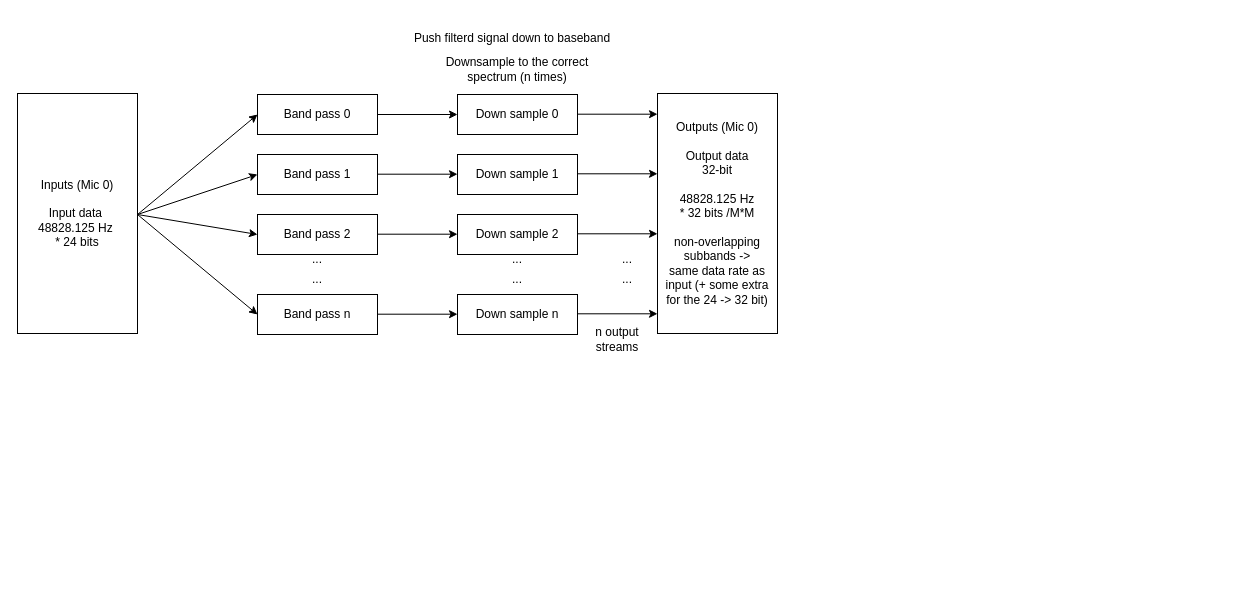
Earlier version of the draw.io diagram doc/diagrams_exjobb/banpass_channelizer.dio (acoustic-warfare/FPGA-sampling). Source tidied: cells renumbered, new cells numbered last; positions are measured from the earlier drawing's top-left corner, leaving out a move shared by most shapes. Both pictures are drawn from the tidied source at 100%, with x=0, y=0 at pixel (17, 23).
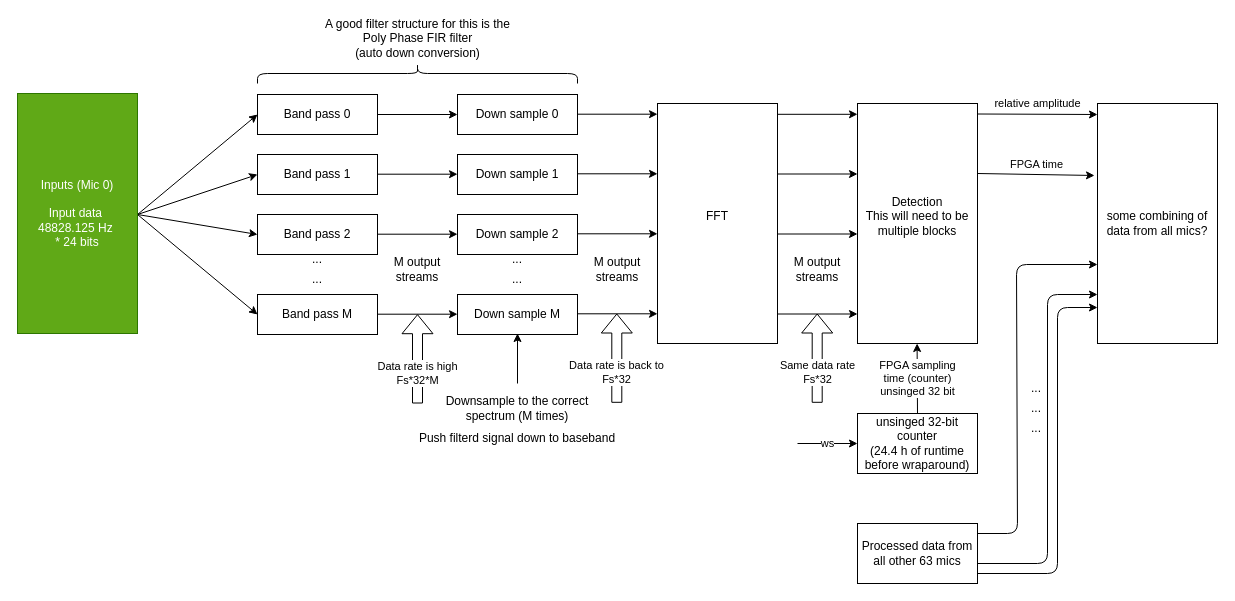
The same diagram, later.

The change refers to these unchanged cells:
```xml
<mxCell id="15" style="endArrow=classic;html=1;" parent="1" edge="1">
  <mxGeometry relative="1" as="geometry">
    <mxPoint x="360" y="290.7" as="sourcePoint" />
    <mxPoint x="440" y="290.7" as="targetPoint" />
  </mxGeometry>
</mxCell>
```

What changed in the source:
```diff
@@
+    <mxCell id="33" value="some combining of data from all mics?" style="rounded=0;whiteSpace=wrap;html=1;" parent="1" vertex="1">
+      <mxGeometry x="1080" y="80" width="120" height="240" as="geometry" />
+    </mxCell>
@@
-    <mxCell id="8" value="Band pass n" style="rounded=0;whiteSpace=wrap;html=1;" parent="1" vertex="1">
+    <mxCell id="8" value="Band pass M" style="rounded=0;whiteSpace=wrap;html=1;" parent="1" vertex="1">
       <mxGeometry x="240" y="271" width="120" height="40" as="geometry" />
     </mxCell>
@@
-    <mxCell id="20" value="..." style="text;html=1;strokeColor=none;fillColor=none;align=center;verticalAlign=middle;whiteSpace=wrap;rounded=0;" parent="1" vertex="1">
-      <mxGeometry x="580" y="221" width="60" height="30" as="geometry" />
-    </mxCell>
-    <mxCell id="21" value="..." style="text;html=1;strokeColor=none;fillColor=none;align=center;verticalAlign=middle;whiteSpace=wrap;rounded=0;" parent="1" vertex="1">
-      <mxGeometry x="580" y="241" width="60" height="30" as="geometry" />
-    </mxCell>
@@
-    <mxCell id="25" value="Down sample n" style="rounded=0;whiteSpace=wrap;html=1;" parent="1" vertex="1">
+    <mxCell id="25" value="Down sample M" style="rounded=0;whiteSpace=wrap;html=1;" parent="1" vertex="1">
       <mxGeometry x="440" y="271" width="120" height="40" as="geometry" />
     </mxCell>
@@
-    <mxCell id="28" value="n output streams" style="text;html=1;strokeColor=none;fillColor=none;align=center;verticalAlign=middle;whiteSpace=wrap;rounded=0;" parent="1" vertex="1">
-      <mxGeometry x="560" y="301" width="80" height="30" as="geometry" />
+    <mxCell id="28" value="M output streams" style="text;html=1;strokeColor=none;fillColor=none;align=center;verticalAlign=middle;whiteSpace=wrap;rounded=0;" parent="1" vertex="1">
+      <mxGeometry x="560" y="231" width="80" height="30" as="geometry" />
     </mxCell>
-    <mxCell id="29" value="Outputs (Mic 0)&lt;br&gt;&lt;br&gt;Output data&lt;br&gt;32-bit&lt;br&gt;&lt;br&gt;&lt;span style=&quot;&quot;&gt;48828.125 Hz&lt;br&gt;* 32 bits /M*M&lt;br&gt;&lt;br&gt;non-overlapping&lt;/span&gt; subbands -&amp;gt;&lt;br&gt;same data rate as input (+ some extra for the 24 -&amp;gt; 32 bit)" style="rounded=0;whiteSpace=wrap;html=1;" parent="1" vertex="1">
-      <mxGeometry x="640" y="70" width="120" height="240" as="geometry" />
-    </mxCell>
-    <mxCell id="30" value="Inputs (Mic 0)&lt;br&gt;&lt;br&gt;&lt;span style=&quot;&quot;&gt;Input data&amp;nbsp;&lt;/span&gt;&lt;br style=&quot;&quot;&gt;&lt;span style=&quot;&quot;&gt;48828.125 Hz&amp;nbsp;&lt;br&gt;&lt;/span&gt;&lt;span style=&quot;&quot;&gt;* 24 bits&lt;/span&gt;" style="rounded=0;whiteSpace=wrap;html=1;" parent="1" vertex="1">
+    <mxCell id="30" value="Inputs (Mic 0)&lt;br&gt;&lt;br&gt;&lt;span style=&quot;&quot;&gt;Input data&amp;nbsp;&lt;/span&gt;&lt;br style=&quot;&quot;&gt;&lt;span style=&quot;&quot;&gt;48828.125 Hz&amp;nbsp;&lt;br&gt;&lt;/span&gt;&lt;span style=&quot;&quot;&gt;* 24 bits&lt;/span&gt;" style="rounded=0;whiteSpace=wrap;html=1;fillColor=#60a917;fontColor=#ffffff;strokeColor=#2D7600;" parent="1" vertex="1">
       <mxGeometry y="70" width="120" height="240" as="geometry" />
     </mxCell>
-    <mxCell id="31" value="Downsample to the correct spectrum (n times)" style="text;html=1;strokeColor=none;fillColor=none;align=center;verticalAlign=middle;whiteSpace=wrap;rounded=0;" parent="1" vertex="1">
-      <mxGeometry x="425" y="31" width="150" height="30" as="geometry" />
+    <mxCell id="31" value="Downsample to the correct spectrum (M times)" style="text;html=1;strokeColor=none;fillColor=none;align=center;verticalAlign=middle;whiteSpace=wrap;rounded=0;" parent="1" vertex="1">
+      <mxGeometry x="425" y="370" width="150" height="30" as="geometry" />
     </mxCell>
     <mxCell id="32" value="Push filterd signal down to baseband" style="text;html=1;strokeColor=none;fillColor=none;align=center;verticalAlign=middle;whiteSpace=wrap;rounded=0;" parent="1" vertex="1">
-      <mxGeometry x="390" width="210" height="30" as="geometry" />
+      <mxGeometry x="395" y="400" width="210" height="30" as="geometry" />
     </mxCell>
+    <mxCell id="34" style="endArrow=classic;html=1;" parent="1" edge="1">
+      <mxGeometry relative="1" as="geometry">
+        <mxPoint x="760" y="90.8" as="sourcePoint" />
+        <mxPoint x="840" y="90.8" as="targetPoint" />
+      </mxGeometry>
+    </mxCell>
+    <mxCell id="35" style="endArrow=classic;html=1;" parent="1" edge="1">
+      <mxGeometry relative="1" as="geometry">
+        <mxPoint x="760" y="150.5" as="sourcePoint" />
+        <mxPoint x="840" y="150.5" as="targetPoint" />
+      </mxGeometry>
+    </mxCell>
+    <mxCell id="36" style="endArrow=classic;html=1;" parent="1" edge="1">
+      <mxGeometry relative="1" as="geometry">
+        <mxPoint x="760" y="210.5" as="sourcePoint" />
+        <mxPoint x="840" y="210.5" as="targetPoint" />
+      </mxGeometry>
+    </mxCell>
+    <mxCell id="37" style="endArrow=classic;html=1;" parent="1" edge="1">
+      <mxGeometry relative="1" as="geometry">
+        <mxPoint x="760" y="290.5" as="sourcePoint" />
+        <mxPoint x="840" y="290.5" as="targetPoint" />
+      </mxGeometry>
+    </mxCell>
+    <mxCell id="38" value="M output streams" style="text;html=1;strokeColor=none;fillColor=none;align=center;verticalAlign=middle;whiteSpace=wrap;rounded=0;" parent="1" vertex="1">
+      <mxGeometry x="760" y="231" width="80" height="30" as="geometry" />
+    </mxCell>
+    <mxCell id="39" value="FFT&lt;br&gt;&lt;br&gt;" style="rounded=0;whiteSpace=wrap;html=1;" parent="1" vertex="1">
+      <mxGeometry x="640" y="80" width="120" height="240" as="geometry" />
+    </mxCell>
+    <mxCell id="40" value="Data rate is high&lt;br&gt;Fs*32*M" style="shape=flexArrow;endArrow=classic;html=1;" parent="1" edge="1" target="15">
+      <mxGeometry x="-0.33" relative="1" as="geometry">
+        <mxPoint x="400" y="380" as="sourcePoint" />
+      </mxGeometry>
+    </mxCell>
+    <mxCell id="41" value="M output streams" style="text;html=1;strokeColor=none;fillColor=none;align=center;verticalAlign=middle;whiteSpace=wrap;rounded=0;" parent="1" vertex="1">
+      <mxGeometry x="360" y="231" width="80" height="30" as="geometry" />
+    </mxCell>
+    <mxCell id="42" value="Data rate is back to&lt;br&gt;Fs*32" style="shape=flexArrow;endArrow=classic;html=1;" parent="1" edge="1">
+      <mxGeometry x="-0.33" relative="1" as="geometry">
+        <mxPoint x="599.3" y="379.3" as="sourcePoint" />
+        <mxPoint x="599.3" y="290" as="targetPoint" />
+      </mxGeometry>
+    </mxCell>
+    <mxCell id="43" value="Same data rate&lt;br&gt;Fs*32" style="shape=flexArrow;endArrow=classic;html=1;" parent="1" edge="1">
+      <mxGeometry x="-0.33" relative="1" as="geometry">
+        <mxPoint x="799.7" y="379.3" as="sourcePoint" />
+        <mxPoint x="799.7" y="290" as="targetPoint" />
+      </mxGeometry>
+    </mxCell>
+    <mxCell id="44" value="Detection&lt;br&gt;This will need to be multiple blocks&lt;br&gt;&lt;br&gt;" style="rounded=0;whiteSpace=wrap;html=1;" parent="1" vertex="1">
+      <mxGeometry x="840" y="80" width="120" height="240" as="geometry" />
+    </mxCell>
+    <mxCell id="45" value="FPGA sampling&lt;br&gt;time (counter)&lt;br&gt;unsinged 32 bit" style="endArrow=classic;html=1;" parent="1" edge="1">
+      <mxGeometry relative="1" as="geometry">
+        <mxPoint x="900" y="390" as="sourcePoint" />
+        <mxPoint x="899.6" y="320" as="targetPoint" />
+      </mxGeometry>
+    </mxCell>
+    <mxCell id="46" value="unsinged 32-bit counter&lt;br&gt;(24.4 h of runtime before wraparound)" style="rounded=0;whiteSpace=wrap;html=1;" parent="1" vertex="1">
+      <mxGeometry x="840" y="390" width="120" height="60" as="geometry" />
+    </mxCell>
+    <mxCell id="47" value="ws" style="endArrow=classic;html=1;" parent="1" edge="1">
+      <mxGeometry relative="1" as="geometry">
+        <mxPoint x="780" y="420" as="sourcePoint" />
+        <mxPoint x="840" y="420" as="targetPoint" />
+      </mxGeometry>
+    </mxCell>
+    <mxCell id="48" value="relative amplitude" style="endArrow=classic;html=1;" parent="1" edge="1">
+      <mxGeometry y="11" relative="1" as="geometry">
+        <mxPoint x="960" y="90.5" as="sourcePoint" />
+        <mxPoint x="1080" y="91" as="targetPoint" />
+      </mxGeometry>
+    </mxCell>
+    <mxCell id="49" value="FPGA time" style="endArrow=classic;html=1;" parent="1" edge="1">
+      <mxGeometry y="10" relative="1" as="geometry">
+        <mxPoint x="960" y="150" as="sourcePoint" />
+        <mxPoint x="1077" y="152" as="targetPoint" />
+      </mxGeometry>
+    </mxCell>
+    <mxCell id="50" style="endArrow=classic;html=1;" parent="1" edge="1">
+      <mxGeometry relative="1" as="geometry">
+        <mxPoint x="960" y="550" as="sourcePoint" />
+        <mxPoint x="1080" y="284" as="targetPoint" />
+        <Array as="points">
+          <mxPoint x="1040" y="550" />
+          <mxPoint x="1040" y="284" />
+        </Array>
+      </mxGeometry>
+    </mxCell>
+    <mxCell id="51" style="endArrow=classic;html=1;" parent="1" edge="1">
+      <mxGeometry relative="1" as="geometry">
+        <mxPoint x="960" y="540" as="sourcePoint" />
+        <mxPoint x="1080" y="271" as="targetPoint" />
+        <Array as="points">
+          <mxPoint x="1030" y="540" />
+          <mxPoint x="1030" y="271" />
+        </Array>
+      </mxGeometry>
+    </mxCell>
+    <mxCell id="52" style="endArrow=classic;html=1;" parent="1" edge="1">
+      <mxGeometry relative="1" as="geometry">
+        <mxPoint x="960" y="510" as="sourcePoint" />
+        <mxPoint x="1080" y="241" as="targetPoint" />
+        <Array as="points">
+          <mxPoint x="1000" y="510" />
+          <mxPoint x="999" y="241" />
+        </Array>
+      </mxGeometry>
+    </mxCell>
+    <mxCell id="53" value="..." style="text;html=1;strokeColor=none;fillColor=none;align=center;verticalAlign=middle;whiteSpace=wrap;rounded=0;" parent="1" vertex="1">
+      <mxGeometry x="989" y="390" width="60" height="30" as="geometry" />
+    </mxCell>
+    <mxCell id="54" value="..." style="text;html=1;strokeColor=none;fillColor=none;align=center;verticalAlign=middle;whiteSpace=wrap;rounded=0;" parent="1" vertex="1">
+      <mxGeometry x="989" y="370" width="60" height="30" as="geometry" />
+    </mxCell>
+    <mxCell id="55" value="..." style="text;html=1;strokeColor=none;fillColor=none;align=center;verticalAlign=middle;whiteSpace=wrap;rounded=0;" parent="1" vertex="1">
+      <mxGeometry x="989" y="350" width="60" height="30" as="geometry" />
+    </mxCell>
+    <mxCell id="56" value="Processed data from all other 63 mics" style="rounded=0;whiteSpace=wrap;html=1;" parent="1" vertex="1">
+      <mxGeometry x="840" y="500" width="120" height="60" as="geometry" />
+    </mxCell>
+    <mxCell id="57" style="shape=curlyBracket;whiteSpace=wrap;html=1;rounded=1;labelPosition=left;verticalLabelPosition=middle;align=right;verticalAlign=middle;direction=south;" parent="1" vertex="1">
+      <mxGeometry x="240" y="40" width="320" height="20" as="geometry" />
+    </mxCell>
+    <mxCell id="58" style="endArrow=classic;html=1;" parent="1" edge="1">
+      <mxGeometry relative="1" as="geometry">
+        <mxPoint x="500" y="360" as="sourcePoint" />
+        <mxPoint x="500" y="310" as="targetPoint" />
+      </mxGeometry>
+    </mxCell>
+    <mxCell id="59" value="A good filter structure for this is the &lt;br&gt;Poly Phase FIR filter &lt;br&gt;(auto down conversion)" style="text;html=1;strokeColor=none;fillColor=none;align=center;verticalAlign=middle;whiteSpace=wrap;rounded=0;" parent="1" vertex="1">
+      <mxGeometry x="287.5" width="225" height="30" as="geometry" />
+    </mxCell>
```
